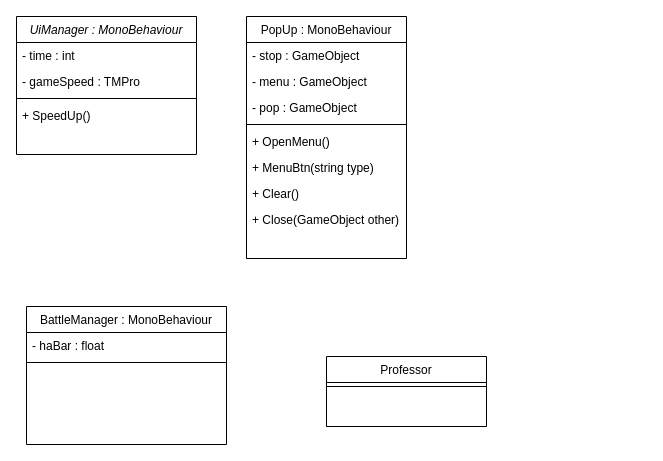
This is page "UI" (1 of 2) of Project_CSD.drawio from YJU-Capstone-Design/Capstone-Design, a draw.io file, before an edit. Source tidied: cells renumbered, new cells numbered last; positions are measured from the earlier drawing's top-left corner, leaving out a move shared by most shapes. Both pictures are drawn from the tidied source at 100%, with x=0, y=0 at pixel (16, 16).
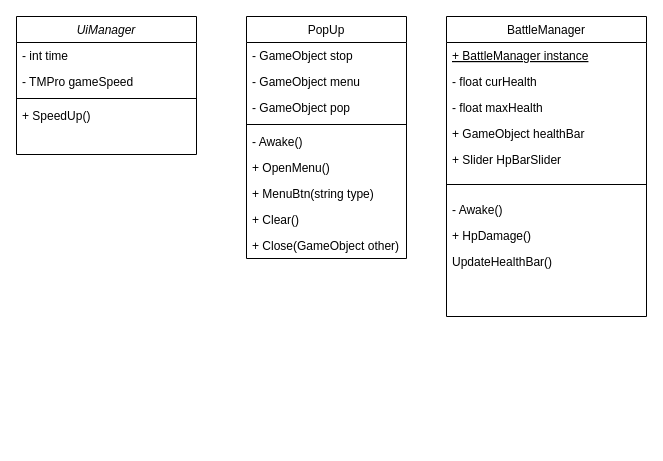
The same page after the edit.

What changed in the source:
```diff
@@
-    <mxCell id="2" value="UiManager : MonoBehaviour" style="swimlane;fontStyle=2;align=center;verticalAlign=top;horizontal=1;startSize=26;rounded=0;shadow=0;strokeWidth=1;" parent="1" vertex="1">
+    <mxCell id="2" value="UiManager" style="swimlane;fontStyle=2;align=center;verticalAlign=top;horizontal=1;startSize=26;rounded=0;shadow=0;strokeWidth=1;" parent="1" vertex="1">
       <mxGeometry width="180" height="138" as="geometry" />
     </mxCell>
-    <mxCell id="3" value="- time : int" style="text;align=left;verticalAlign=top;spacingLeft=4;spacingRight=4;overflow=hidden;" parent="2" vertex="1">
+    <mxCell id="3" value="- int time" style="text;align=left;verticalAlign=top;spacingLeft=4;spacingRight=4;overflow=hidden;" parent="2" vertex="1">
       <mxGeometry y="26" width="180" height="26" as="geometry" />
     </mxCell>
-    <mxCell id="4" value="- gameSpeed : TMPro" style="text;align=left;verticalAlign=top;spacingLeft=4;spacingRight=4;overflow=hidden;rounded=0;shadow=0;html=0;" parent="2" vertex="1">
+    <mxCell id="4" value="- TMPro gameSpeed" style="text;align=left;verticalAlign=top;spacingLeft=4;spacingRight=4;overflow=hidden;rounded=0;shadow=0;html=0;" parent="2" vertex="1">
       <mxGeometry y="52" width="180" height="26" as="geometry" />
     </mxCell>
@@
-    <mxCell id="7" value="BattleManager : MonoBehaviour" style="swimlane;fontStyle=0;align=center;verticalAlign=top;horizontal=1;startSize=26;rounded=0;shadow=0;strokeWidth=1;" parent="1" vertex="1">
-      <mxGeometry x="10" y="290" width="200" height="138" as="geometry" />
+    <mxCell id="7" value="BattleManager" style="swimlane;fontStyle=0;align=center;verticalAlign=top;horizontal=1;startSize=26;rounded=0;shadow=0;strokeWidth=1;" parent="1" vertex="1">
+      <mxGeometry x="430" width="200" height="300" as="geometry" />
     </mxCell>
-    <mxCell id="8" value="- haBar : float" style="text;align=left;verticalAlign=top;spacingLeft=4;spacingRight=4;overflow=hidden;" parent="7" vertex="1">
+    <mxCell id="8" value="+ BattleManager instance" style="text;align=left;verticalAlign=top;spacingLeft=4;spacingRight=4;overflow=hidden;fontStyle=4;" parent="7" vertex="1">
       <mxGeometry y="26" width="200" height="26" as="geometry" />
     </mxCell>
+    <mxCell id="21" value="- float curHealth" style="text;align=left;verticalAlign=top;spacingLeft=4;spacingRight=4;overflow=hidden;fontStyle=0;" parent="7" vertex="1">
+      <mxGeometry y="52" width="200" height="26" as="geometry" />
+    </mxCell>
+    <mxCell id="22" value="- float maxHealth" style="text;align=left;verticalAlign=top;spacingLeft=4;spacingRight=4;overflow=hidden;fontStyle=0;" parent="7" vertex="1">
+      <mxGeometry y="78" width="200" height="26" as="geometry" />
+    </mxCell>
+    <mxCell id="23" value="+ GameObject healthBar" style="text;align=left;verticalAlign=top;spacingLeft=4;spacingRight=4;overflow=hidden;fontStyle=0;" parent="7" vertex="1">
+      <mxGeometry y="104" width="200" height="26" as="geometry" />
+    </mxCell>
+    <mxCell id="24" value="+ Slider HpBarSlider" style="text;align=left;verticalAlign=top;spacingLeft=4;spacingRight=4;overflow=hidden;fontStyle=0;" parent="7" vertex="1">
+      <mxGeometry y="130" width="200" height="26" as="geometry" />
+    </mxCell>
     <mxCell id="9" style="line;html=1;strokeWidth=1;align=left;verticalAlign=middle;spacingTop=-1;spacingLeft=3;spacingRight=3;labelPosition=right;" parent="7" vertex="1">
-      <mxGeometry y="52" width="200" height="8" as="geometry" />
+      <mxGeometry y="156" width="200" height="24" as="geometry" />
     </mxCell>
-    <mxCell id="10" value="Professor" style="swimlane;fontStyle=0;align=center;verticalAlign=top;horizontal=1;startSize=26;rounded=0;shadow=0;strokeWidth=1;" parent="1" vertex="1">
-      <mxGeometry x="310" y="340" width="160" height="70" as="geometry" />
-    </mxCell>
-    <mxCell id="11" style="line;html=1;strokeWidth=1;align=left;verticalAlign=middle;spacingTop=-1;spacingLeft=3;spacingRight=3;labelPosition=right;" parent="10" vertex="1">
-      <mxGeometry y="26" width="160" height="8" as="geometry" />
-    </mxCell>
+    <mxCell id="25" value="- Awake()" style="text;align=left;verticalAlign=top;spacingLeft=4;spacingRight=4;overflow=hidden;fontStyle=0;" parent="7" vertex="1">
+      <mxGeometry y="180" width="200" height="26" as="geometry" />
+    </mxCell>
+    <mxCell id="26" value="+ HpDamage()" style="text;align=left;verticalAlign=top;spacingLeft=4;spacingRight=4;overflow=hidden;fontStyle=0;" parent="7" vertex="1">
+      <mxGeometry y="206" width="200" height="26" as="geometry" />
+    </mxCell>
+    <mxCell id="27" value="UpdateHealthBar()" style="text;align=left;verticalAlign=top;spacingLeft=4;spacingRight=4;overflow=hidden;fontStyle=0;" parent="7" vertex="1">
+      <mxGeometry y="232" width="200" height="26" as="geometry" />
+    </mxCell>
-    <mxCell id="12" value="PopUp : MonoBehaviour" style="swimlane;fontStyle=0;align=center;verticalAlign=top;horizontal=1;startSize=26;rounded=0;shadow=0;strokeWidth=1;" parent="1" vertex="1">
+    <mxCell id="12" value="PopUp" style="swimlane;fontStyle=0;align=center;verticalAlign=top;horizontal=1;startSize=26;rounded=0;shadow=0;strokeWidth=1;" parent="1" vertex="1">
       <mxGeometry x="230" width="160" height="242" as="geometry" />
     </mxCell>
-    <mxCell id="13" value="- stop : GameObject" style="text;align=left;verticalAlign=top;spacingLeft=4;spacingRight=4;overflow=hidden;" parent="12" vertex="1">
+    <mxCell id="13" value="- GameObject stop" style="text;align=left;verticalAlign=top;spacingLeft=4;spacingRight=4;overflow=hidden;" parent="12" vertex="1">
       <mxGeometry y="26" width="160" height="26" as="geometry" />
     </mxCell>
-    <mxCell id="14" value="- menu : GameObject" style="text;align=left;verticalAlign=top;spacingLeft=4;spacingRight=4;overflow=hidden;rounded=0;shadow=0;html=0;" parent="12" vertex="1">
+    <mxCell id="14" value="- GameObject menu" style="text;align=left;verticalAlign=top;spacingLeft=4;spacingRight=4;overflow=hidden;rounded=0;shadow=0;html=0;" parent="12" vertex="1">
       <mxGeometry y="52" width="160" height="26" as="geometry" />
     </mxCell>
-    <mxCell id="15" value="- pop : GameObject" style="text;align=left;verticalAlign=top;spacingLeft=4;spacingRight=4;overflow=hidden;rounded=0;shadow=0;html=0;" parent="12" vertex="1">
+    <mxCell id="15" value="- GameObject pop" style="text;align=left;verticalAlign=top;spacingLeft=4;spacingRight=4;overflow=hidden;rounded=0;shadow=0;html=0;" parent="12" vertex="1">
       <mxGeometry y="78" width="160" height="26" as="geometry" />
     </mxCell>
@@
+    <mxCell id="28" value="- Awake()" style="text;align=left;verticalAlign=top;spacingLeft=4;spacingRight=4;overflow=hidden;" parent="12" vertex="1">
+      <mxGeometry y="112" width="160" height="26" as="geometry" />
+    </mxCell>
     <mxCell id="17" value="+ OpenMenu()" style="text;align=left;verticalAlign=top;spacingLeft=4;spacingRight=4;overflow=hidden;" parent="12" vertex="1">
-      <mxGeometry y="112" width="160" height="26" as="geometry" />
+      <mxGeometry y="138" width="160" height="26" as="geometry" />
     </mxCell>
     <mxCell id="18" value="+ MenuBtn(string type)" style="text;align=left;verticalAlign=top;spacingLeft=4;spacingRight=4;overflow=hidden;" parent="12" vertex="1">
-      <mxGeometry y="138" width="160" height="26" as="geometry" />
+      <mxGeometry y="164" width="160" height="26" as="geometry" />
     </mxCell>
     <mxCell id="19" value="+ Clear()" style="text;align=left;verticalAlign=top;spacingLeft=4;spacingRight=4;overflow=hidden;" parent="12" vertex="1">
-      <mxGeometry y="164" width="160" height="26" as="geometry" />
+      <mxGeometry y="190" width="160" height="26" as="geometry" />
     </mxCell>
     <mxCell id="20" value="+ Close(GameObject other)" style="text;align=left;verticalAlign=top;spacingLeft=4;spacingRight=4;overflow=hidden;" parent="12" vertex="1">
-      <mxGeometry y="190" width="160" height="26" as="geometry" />
+      <mxGeometry y="216" width="160" height="26" as="geometry" />
     </mxCell>
```
